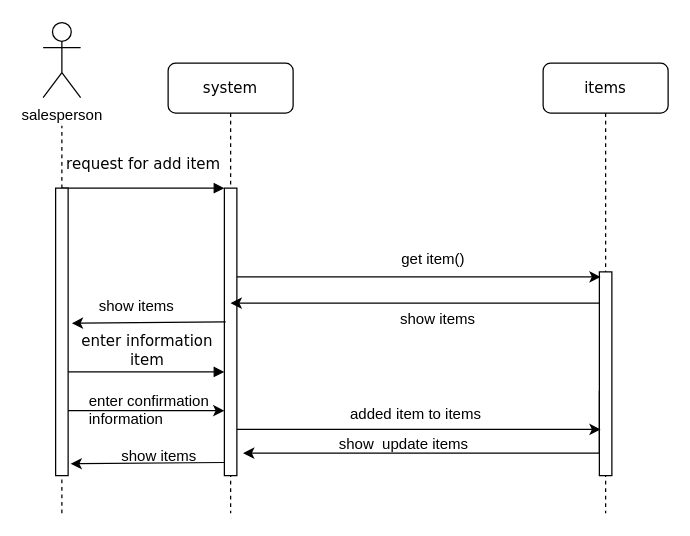
Above: sequence/last_add_item.drawio in aenad/iut_foods (draw.io), before the change. Source tidied: cells renumbered, new cells numbered last; positions are measured from the earlier drawing's top-left corner, leaving out a move shared by most shapes. Both pictures are drawn from the tidied source at 125%, with x=0, y=0 at pixel (42, 22).
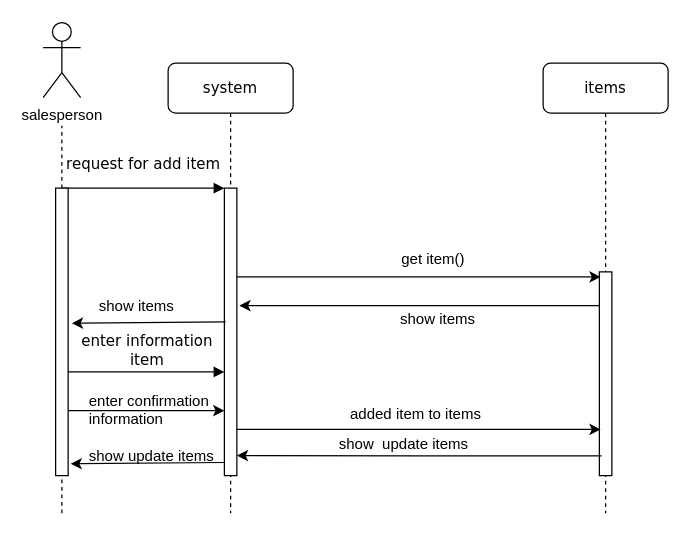
Above is the later version.

Unchanged cells that the change refers to:
```xml
<mxCell id="6" style="html=1;points=[];perimeter=orthogonalPerimeter;rounded=0;shadow=0;comic=0;labelBackgroundColor=none;strokeColor=#000000;strokeWidth=1;fillColor=#FFFFFF;fontFamily=Verdana;fontSize=12;fontColor=#000000;align=center;" parent="1" vertex="1">
  <mxGeometry x="445" y="199" width="10" height="163" as="geometry" />
</mxCell>
```

Diff of the diagram source:
```diff
@@
     <mxCell id="5" style="edgeStyle=orthogonalEdgeStyle;rounded=0;orthogonalLoop=1;jettySize=auto;html=1;" parent="1" edge="1">
       <mxGeometry relative="1" as="geometry">
-        <mxPoint x="445" y="224" as="sourcePoint" />
-        <mxPoint x="150" y="224" as="targetPoint" />
+        <mxPoint x="445" y="226" as="sourcePoint" />
+        <mxPoint x="157" y="226" as="targetPoint" />
       </mxGeometry>
     </mxCell>
@@
-    <mxCell id="8" style="edgeStyle=orthogonalEdgeStyle;rounded=0;orthogonalLoop=1;jettySize=auto;html=1;" parent="1" edge="1">
+    <mxCell id="8" style="edgeStyle=orthogonalEdgeStyle;rounded=0;jettySize=auto;html=1;exitX=0.18;exitY=0.903;exitDx=0;exitDy=0;exitPerimeter=0;" parent="1" edge="1" source="6">
       <mxGeometry relative="1" as="geometry">
-        <mxPoint x="445" y="294" as="sourcePoint" />
-        <mxPoint x="160" y="344" as="targetPoint" />
-        <Array as="points">
-          <mxPoint x="370" y="344" />
-          <mxPoint x="370" y="344" />
-        </Array>
+        <mxPoint x="155" y="346" as="targetPoint" />
       </mxGeometry>
     </mxCell>
@@
-    <mxCell id="25" value="show items" style="text;html=1;align=left;verticalAlign=top;spacingTop=-4;" parent="1" vertex="1">
-      <mxGeometry x="61" y="337" width="80" height="20" as="geometry" />
+    <mxCell id="25" value="show update items" style="text;html=1;align=left;verticalAlign=top;spacingTop=-4;" parent="1" vertex="1">
+      <mxGeometry x="35" y="337" width="120" height="20" as="geometry" />
     </mxCell>
```
